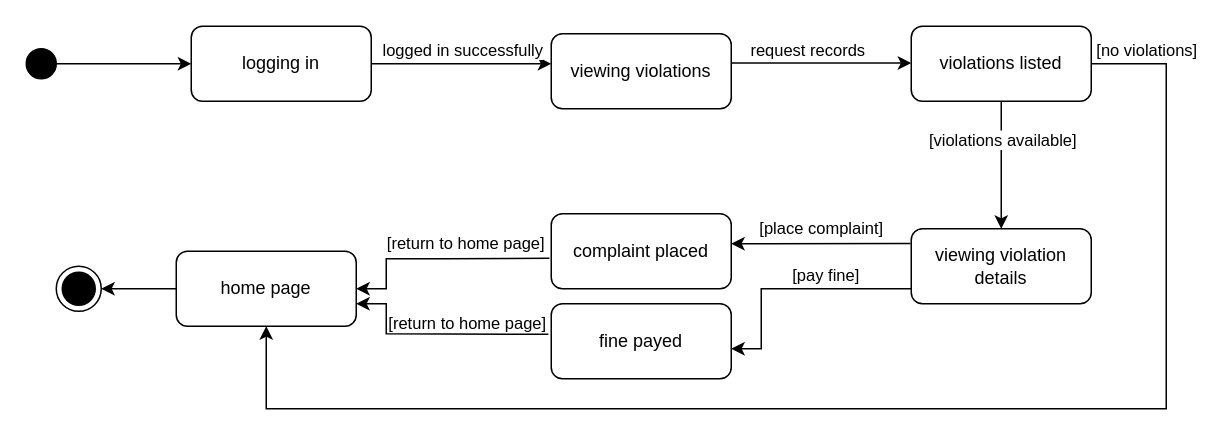
sarraGhali/Drone-parking-system keeps this draw.io diagram as page "Student" (1 of 3) of State Diagram.drawio. Above is the earlier version. Source tidied: cells renumbered, new cells numbered last; positions are measured from the earlier drawing's top-left corner, leaving out a move shared by most shapes. Both pictures are drawn from the tidied source at 150%, with x=0, y=0 at pixel (26, 26).
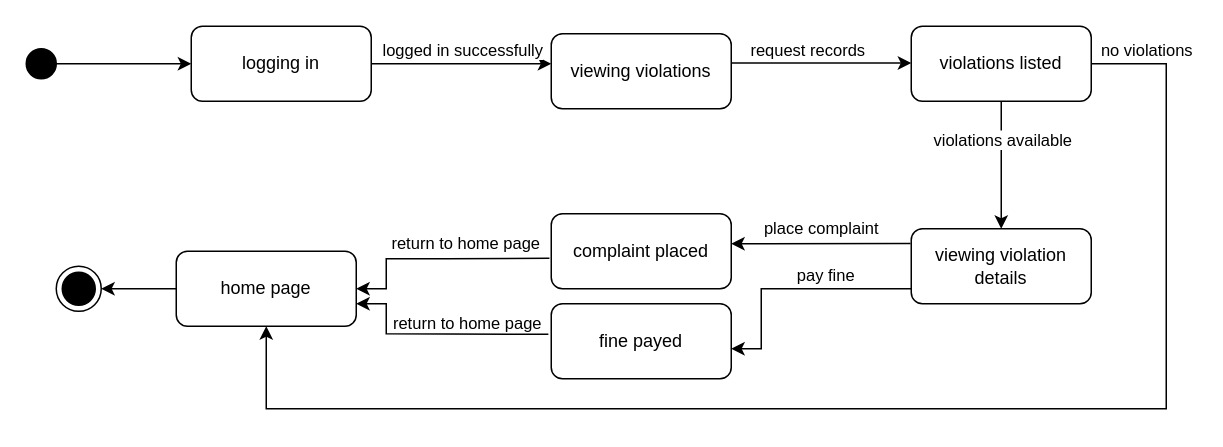
Above is the later version.

The change refers to these unchanged cells:
```xml
<mxCell id="11" style="endArrow=classic;html=1;rounded=0;entryX=0.5;entryY=0;entryDx=0;entryDy=0;exitX=0.5;exitY=1;exitDx=0;exitDy=0;" parent="1" edge="1" target="13">
  <mxGeometry relative="1" as="geometry">
    <mxPoint x="650" y="50" as="sourcePoint" />
    <Array as="points">
      <mxPoint x="650" y="85" />
    </Array>
  </mxGeometry>
</mxCell>
<mxCell id="14" style="endArrow=classic;html=1;rounded=0;entryX=0.5;entryY=1;entryDx=0;entryDy=0;" parent="1" edge="1" target="23">
  <mxGeometry relative="1" as="geometry">
    <mxPoint x="710" y="25" as="sourcePoint" />
    <Array as="points">
      <mxPoint x="760" y="25" />
      <mxPoint x="760" y="255" />
      <mxPoint x="160" y="255" />
    </Array>
  </mxGeometry>
</mxCell>
<mxCell id="16" style="endArrow=classic;html=1;rounded=0;exitX=-0.004;exitY=0.195;exitDx=0;exitDy=0;exitPerimeter=0;" parent="1" edge="1" source="13">
  <mxGeometry relative="1" as="geometry">
    <mxPoint x="470" y="145" as="targetPoint" />
  </mxGeometry>
</mxCell>
<mxCell id="18" style="endArrow=classic;html=1;rounded=0;exitX=-0.004;exitY=0.195;exitDx=0;exitDy=0;exitPerimeter=0;" parent="1" edge="1">
  <mxGeometry relative="1" as="geometry">
    <mxPoint x="590" y="175" as="sourcePoint" />
    <mxPoint x="470" y="215" as="targetPoint" />
    <Array as="points">
      <mxPoint x="490" y="175" />
      <mxPoint x="490" y="215" />
    </Array>
  </mxGeometry>
</mxCell>
<mxCell id="24" style="endArrow=classic;html=1;rounded=0;exitX=-0.01;exitY=0.593;exitDx=0;exitDy=0;exitPerimeter=0;entryX=1;entryY=0.5;entryDx=0;entryDy=0;" parent="1" edge="1" source="20" target="23">
  <mxGeometry relative="1" as="geometry">
    <Array as="points">
      <mxPoint x="280" y="155" />
      <mxPoint x="240" y="155" />
      <mxPoint x="240" y="175" />
    </Array>
  </mxGeometry>
</mxCell>
```

The edit, as a diff of the source:
```diff
@@
-    <mxCell id="12" value="[violations available]" style="edgeLabel;html=1;align=center;verticalAlign=middle;" parent="11" vertex="1">
+    <mxCell id="12" value="violations available" style="edgeLabel;html=1;align=center;verticalAlign=middle;" parent="11" vertex="1">
       <mxGeometry x="-0.59" relative="1" as="geometry">
         <mxPoint y="8" as="offset" />
       </mxGeometry>
     </mxCell>
@@
-    <mxCell id="15" value="[no violations]" style="edgeLabel;html=1;align=center;verticalAlign=middle;" parent="14" vertex="1">
+    <mxCell id="15" value="no violations" style="edgeLabel;html=1;align=center;verticalAlign=middle;" parent="14" vertex="1">
       <mxGeometry x="-0.13" y="1" relative="1" as="geometry">
         <mxPoint x="113" y="-241" as="offset" />
       </mxGeometry>
     </mxCell>
@@
-    <mxCell id="17" value="[place complaint]" style="edgeLabel;html=1;align=center;verticalAlign=middle;" parent="16" vertex="1">
+    <mxCell id="17" value="place complaint" style="edgeLabel;html=1;align=center;verticalAlign=middle;" parent="16" vertex="1">
       <mxGeometry x="0.39" relative="1" as="geometry">
         <mxPoint x="23" y="-10" as="offset" />
       </mxGeometry>
     </mxCell>
@@
-    <mxCell id="19" value="[pay fine]" style="edgeLabel;html=1;align=center;verticalAlign=middle;" parent="18" vertex="1">
+    <mxCell id="19" value="pay fine" style="edgeLabel;html=1;align=center;verticalAlign=middle;" parent="18" vertex="1">
       <mxGeometry x="-0.28" y="1" relative="1" as="geometry">
         <mxPoint y="-11" as="offset" />
       </mxGeometry>
     </mxCell>
@@
-    <mxCell id="25" value="[return to home page]" style="edgeLabel;html=1;align=center;verticalAlign=middle;" parent="24" vertex="1">
+    <mxCell id="25" value="return to home page" style="edgeLabel;html=1;align=center;verticalAlign=middle;" parent="24" vertex="1">
       <mxGeometry x="-0.25" relative="1" as="geometry">
         <mxPoint y="-10" as="offset" />
       </mxGeometry>
     </mxCell>
@@
-    <mxCell id="27" value="[return to home page]" style="edgeLabel;html=1;align=center;verticalAlign=middle;" parent="1" vertex="1">
+    <mxCell id="27" value="return to home page" style="edgeLabel;html=1;align=center;verticalAlign=middle;" parent="1" vertex="1">
       <mxGeometry x="300" y="195" as="geometry">
         <mxPoint x="-7" y="2" as="offset" />
       </mxGeometry>
     </mxCell>
```
